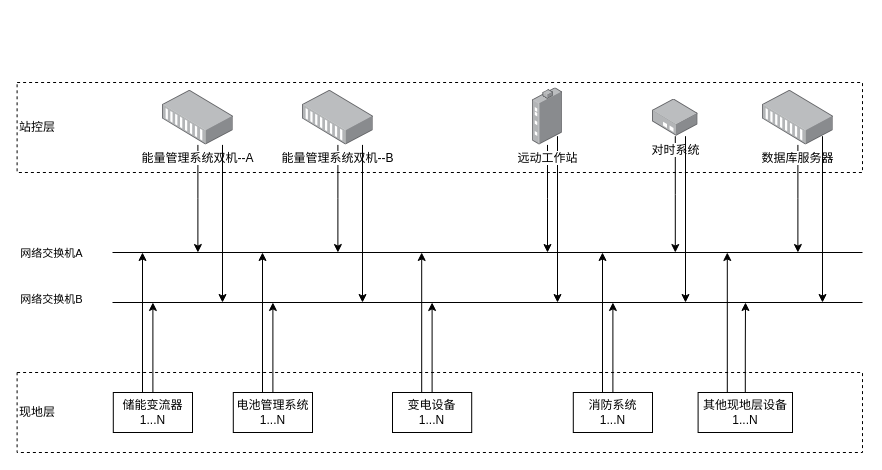
Earlier version of the draw.io diagram ems.drawio (4yu/funeng). Source tidied: cells renumbered, new cells numbered last; positions are measured from the earlier drawing's top-left corner, leaving out a move shared by most shapes. Both pictures are drawn from the tidied source at 100%, with x=0, y=0 at pixel (17, 82).
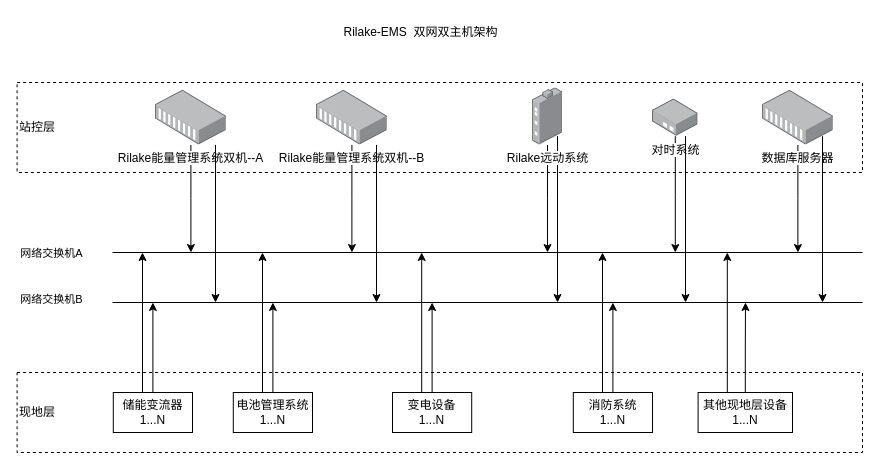
The same diagram, later.

Change to the diagram source:
```diff
@@
     <mxCell id="6" style="edgeStyle=orthogonalEdgeStyle;rounded=0;jettySize=auto;html=1;" parent="1" edge="1" source="7">
       <mxGeometry relative="1" as="geometry">
-        <mxPoint x="180.4" y="170" as="targetPoint" />
+        <mxPoint x="173.4" y="170" as="targetPoint" />
       </mxGeometry>
     </mxCell>
-    <mxCell id="7" value="能量管理系统双机--A" style="image;points=[];html=1;align=center;shadow=0;dashed=0;image=img/lib/allied_telesis/media_converters/Media_Converter_Modular.svg;" parent="1" vertex="1">
-      <mxGeometry x="145" y="7.8" width="70.8" height="54.6" as="geometry" />
+    <mxCell id="7" value="Rilake能量管理系统双机--A" style="image;points=[];html=1;align=center;shadow=0;dashed=0;image=img/lib/allied_telesis/media_converters/Media_Converter_Modular.svg;" parent="1" vertex="1">
+      <mxGeometry x="138" y="7.8" width="70.8" height="54.6" as="geometry" />
     </mxCell>
@@
     <mxCell id="11" style="edgeStyle=orthogonalEdgeStyle;rounded=0;jettySize=auto;html=1;" parent="1" edge="1" source="12">
       <mxGeometry relative="1" as="geometry">
-        <mxPoint x="320.4" y="170" as="targetPoint" />
+        <mxPoint x="334.4" y="170" as="targetPoint" />
       </mxGeometry>
     </mxCell>
-    <mxCell id="12" value="能量管理系统双机--B" style="image;points=[];html=1;align=center;shadow=0;dashed=0;image=img/lib/allied_telesis/media_converters/Media_Converter_Modular.svg;" parent="1" vertex="1">
-      <mxGeometry x="285" y="7.8" width="70.8" height="54.6" as="geometry" />
+    <mxCell id="12" value="Rilake能量管理系统双机--B" style="image;points=[];html=1;align=center;shadow=0;dashed=0;image=img/lib/allied_telesis/media_converters/Media_Converter_Modular.svg;" parent="1" vertex="1">
+      <mxGeometry x="299" y="7.8" width="70.8" height="54.6" as="geometry" />
     </mxCell>
@@
     <mxCell id="17" style="edgeStyle=orthogonalEdgeStyle;rounded=0;orthogonalLoop=1;jettySize=auto;html=1;" parent="1" edge="1">
       <mxGeometry relative="1" as="geometry">
-        <mxPoint x="205" y="62.4" as="sourcePoint" />
-        <mxPoint x="205" y="220" as="targetPoint" />
+        <mxPoint x="198" y="62.4" as="sourcePoint" />
+        <mxPoint x="198" y="220" as="targetPoint" />
       </mxGeometry>
     </mxCell>
     <mxCell id="18" style="edgeStyle=orthogonalEdgeStyle;rounded=0;orthogonalLoop=1;jettySize=auto;html=1;" parent="1" edge="1">
       <mxGeometry relative="1" as="geometry">
-        <mxPoint x="345" y="62.4" as="sourcePoint" />
-        <mxPoint x="345" y="220" as="targetPoint" />
+        <mxPoint x="359" y="62.4" as="sourcePoint" />
+        <mxPoint x="359" y="220" as="targetPoint" />
       </mxGeometry>
     </mxCell>
@@
-    <mxCell id="20" value="远动工作站" style="image;points=[];html=1;align=center;shadow=0;dashed=0;image=img/lib/allied_telesis/media_converters/Industrial_Media_Converter.svg;" parent="1" vertex="1">
+    <mxCell id="20" value="Rilake远动系统" style="image;points=[];html=1;align=center;shadow=0;dashed=0;image=img/lib/allied_telesis/media_converters/Industrial_Media_Converter.svg;" parent="1" vertex="1">
       <mxGeometry x="515" y="5.4" width="30" height="57" as="geometry" />
     </mxCell>
@@
+    <mxCell id="38" value="Rilake-EMS&amp;nbsp; 双网双主机架构" style="text;html=1;strokeColor=none;fillColor=none;align=center;verticalAlign=middle;whiteSpace=wrap;rounded=0;" parent="1" vertex="1">
+      <mxGeometry x="276" y="-65" width="255" height="30" as="geometry" />
+    </mxCell>
```
